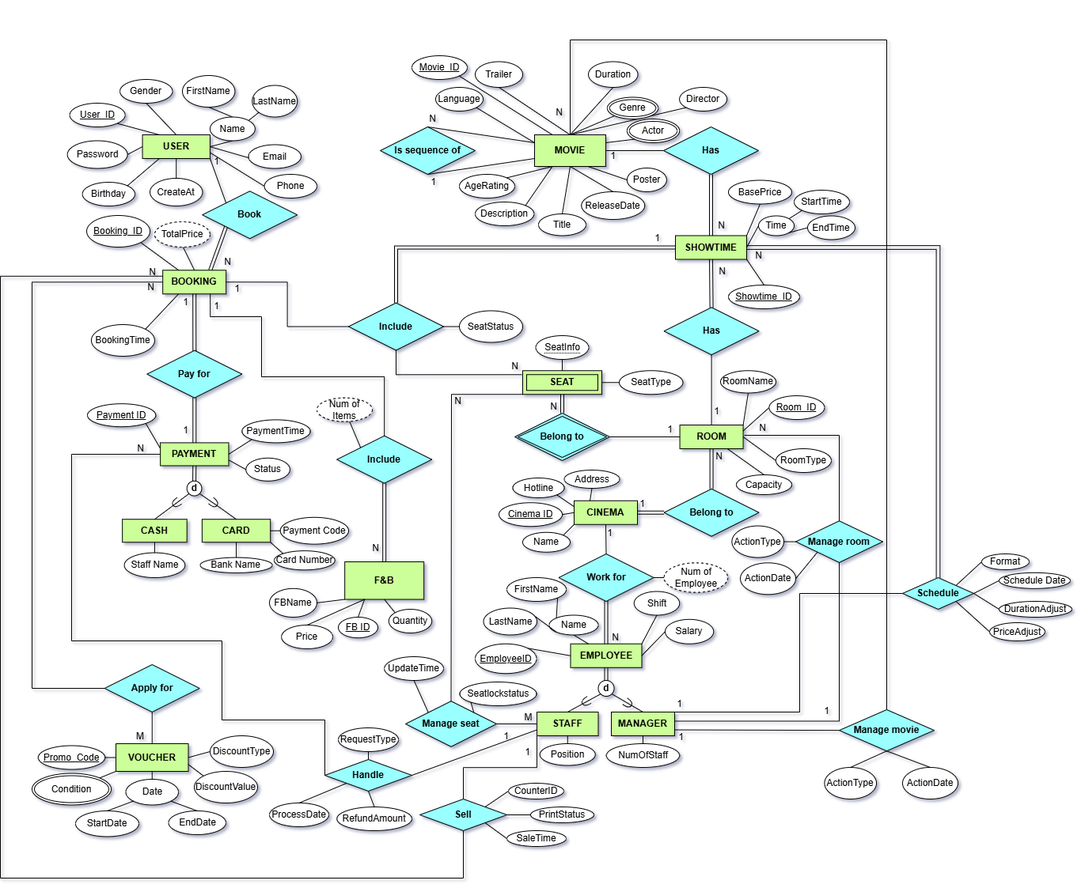
Earlier version of the draw.io export Images/EERD.png (phuvi301/Database). Source tidied: cells renumbered, new cells last; positions are measured from the earlier drawing's top-left corner, leaving out a move shared by most shapes.
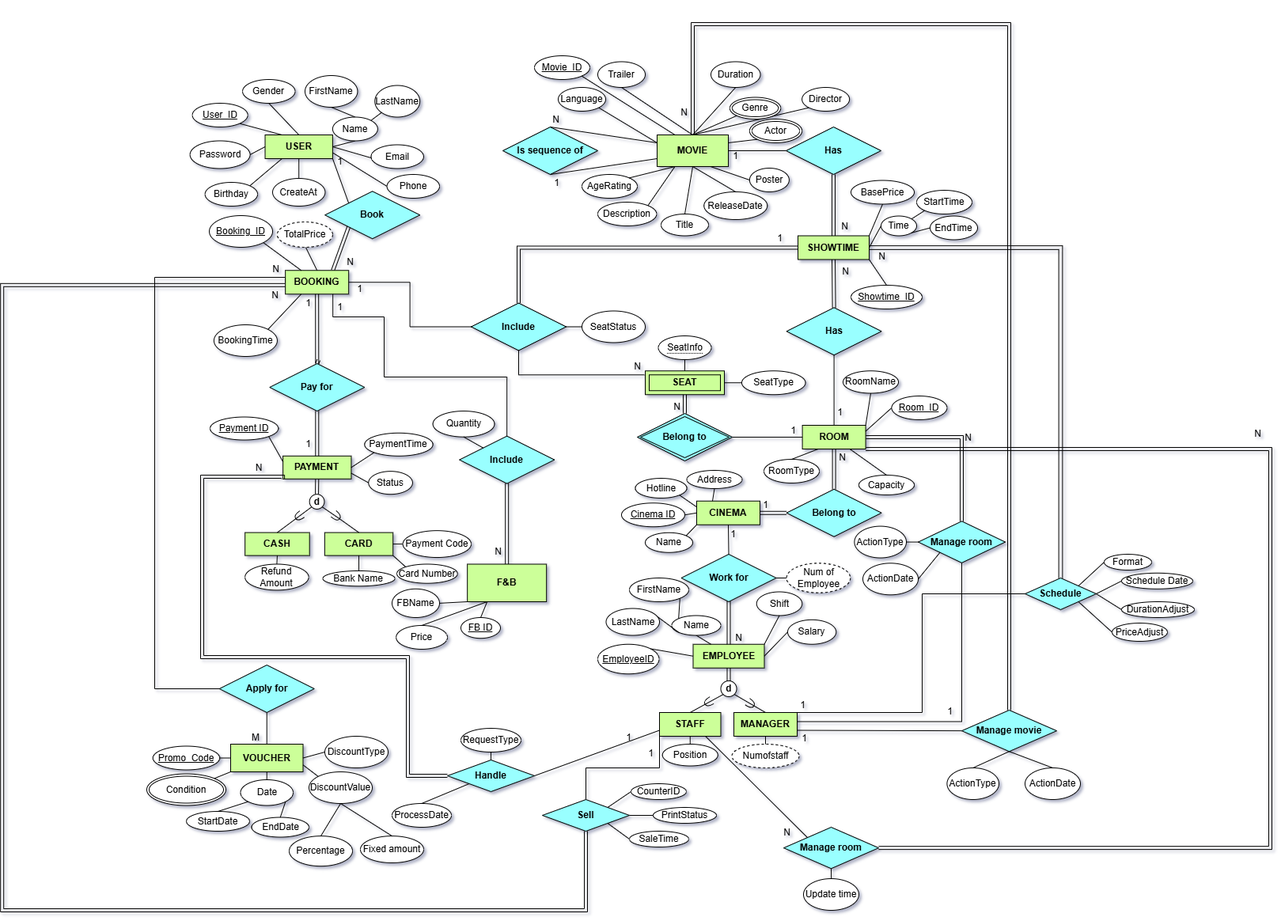
The same diagram one commit later.

What changed in the source:
```diff
@@ -5,3 +5,3 @@
     <mxCell id="2" style="group;fillColor=none;" parent="1" vertex="1">
-      <mxGeometry x="90" y="810" width="360" height="160" as="geometry" />
+      <mxGeometry x="80" y="810" width="360" height="240" as="geometry" />
     </mxCell>
@@ -29,6 +29,6 @@
     <mxCell id="10" value="EndDate" style="ellipse;whiteSpace=wrap;html=1;align=center;fillColor=light-dark(#FFFFFF,transparent);" parent="2" vertex="1">
-      <mxGeometry x="122.5" y="215" width="72.5" height="30" as="geometry" />
+      <mxGeometry x="82.5" y="222.5" width="72.5" height="25" as="geometry" />
     </mxCell>
     <mxCell id="11" value="StartDate" style="ellipse;whiteSpace=wrap;html=1;align=center;fillColor=light-dark(#FFFFFF,transparent);" parent="2" vertex="1">
-      <mxGeometry x="5" y="215" width="80" height="32.5" as="geometry" />
+      <mxGeometry y="215" width="80" height="25" as="geometry" />
     </mxCell>
@@ -67,3 +67,3 @@
     <mxCell id="22" style="group;" parent="1" vertex="1">
-      <mxGeometry x="580" y="4" width="580" height="1006" as="geometry" />
+      <mxGeometry x="580" y="4" width="580" height="1026" as="geometry" />
     </mxCell>
@@ -197,3 +197,3 @@
     <mxCell id="64" style="group;" parent="22" vertex="1">
-      <mxGeometry x="47" y="414.2" width="533" height="591.8" as="geometry" />
+      <mxGeometry x="47" y="414.2" width="533" height="611.8" as="geometry" />
     </mxCell>
@@ -256,5 +256,5 @@
     <mxCell id="83" value="RoomType" style="ellipse;whiteSpace=wrap;html=1;align=center;" parent="80" vertex="1">
-      <mxGeometry x="200" y="30" width="70" height="30" as="geometry" />
+      <mxGeometry x="30" y="43" width="70" height="30" as="geometry" />
     </mxCell>
-    <mxCell id="84" style="rounded=0;jettySize=auto;html=1;exitX=1;exitY=0.5;exitDx=0;exitDy=0;entryX=0;entryY=0.5;entryDx=0;entryDy=0;endArrow=none;endFill=0;" parent="80" edge="1" source="82" target="83">
+    <mxCell id="84" style="rounded=0;jettySize=auto;html=1;exitX=0.25;exitY=1;exitDx=0;exitDy=0;entryX=0.5;entryY=0;entryDx=0;entryDy=0;endArrow=none;endFill=0;" parent="80" edge="1" source="82" target="83">
       <mxGeometry relative="1" as="geometry" />
@@ -301,6 +301,6 @@
     <mxCell id="96" style="group;" parent="64" vertex="1">
-      <mxGeometry y="281.8" width="261.2" height="270" as="geometry" />
+      <mxGeometry y="281.8" width="261.2" height="280" as="geometry" />
     </mxCell>
     <mxCell id="97" style="group;" parent="96" vertex="1">
-      <mxGeometry y="30" width="261.2" height="240" as="geometry" />
+      <mxGeometry y="30" width="261.2" height="250" as="geometry" />
     </mxCell>
@@ -312,5 +312,2 @@
     </mxCell>
-    <mxCell id="100" value="NumOfStaff" style="ellipse;whiteSpace=wrap;html=1;align=center;" parent="97" vertex="1">
-      <mxGeometry x="138.8" y="210" width="92.5" height="30" as="geometry" />
-    </mxCell>
     <mxCell id="101" value="Shift" style="ellipse;whiteSpace=wrap;html=1;align=center;" parent="97" vertex="1">
@@ -365,5 +362,2 @@
     </mxCell>
-    <mxCell id="117" style="endArrow=none;html=1;rounded=0;exitX=0.5;exitY=1;exitDx=0;exitDy=0;entryX=0.5;entryY=0;entryDx=0;entryDy=0;" parent="97" edge="1" source="120" target="100">
-      <mxGeometry relative="1" as="geometry" />
-    </mxCell>
     <mxCell id="118" style="endArrow=none;html=1;rounded=0;exitX=1;exitY=0.5;exitDx=0;exitDy=0;entryX=0;entryY=0.5;entryDx=0;entryDy=0;" parent="97" edge="1" source="98" target="99">
@@ -383,5 +377,2 @@
     </mxCell>
-    <mxCell id="123" value="M" style="text;html=1;align=center;verticalAlign=middle;strokeColor=none;fillColor=none;" parent="97" vertex="1">
-      <mxGeometry x="24.8" y="162" width="30" height="30" as="geometry" />
-    </mxCell>
     <mxCell id="124" value="1" style="html=1;whiteSpace=wrap;align=right;verticalAlign=bottom;" parent="97" vertex="1">
@@ -394,5 +385,8 @@
     </mxCell>
-    <mxCell id="126" value="Seatlockstatus" style="ellipse;whiteSpace=wrap;html=1;align=center;" parent="97" vertex="1">
-      <mxGeometry x="-46.5" y="132" width="97" height="30" as="geometry" />
-    </mxCell>
+    <mxCell id="306" value="Numofstaff" style="ellipse;whiteSpace=wrap;html=1;align=center;dashed=1;" parent="97" vertex="1">
+      <mxGeometry x="142.5" y="210" width="85" height="30" as="geometry" />
+    </mxCell>
+    <mxCell id="117" style="endArrow=none;html=1;rounded=0;exitX=0.5;exitY=1;exitDx=0;exitDy=0;entryX=0.5;entryY=0;entryDx=0;entryDy=0;" parent="97" edge="1" source="120" target="306">
+      <mxGeometry relative="1" as="geometry" />
+    </mxCell>
     <mxCell id="127" value="&lt;b&gt;Work for&lt;/b&gt;" style="shape=rhombus;perimeter=rhombusPerimeter;whiteSpace=wrap;html=1;align=center;fillColor=#99FFFF;" parent="96" vertex="1">
@@ -507,2 +501,10 @@
     </mxCell>
+    <mxCell id="307" style="shape=link;html=1;rounded=0;exitX=0.5;exitY=0;exitDx=0;exitDy=0;entryX=1;entryY=0.5;entryDx=0;entryDy=0;edgeStyle=orthogonalEdgeStyle;" parent="64" edge="1" source="151" target="82">
+      <mxGeometry relative="1" as="geometry" />
+    </mxCell>
+    <mxCell id="308" value="N" style="html=1;whiteSpace=wrap;align=right;verticalAlign=bottom;" parent="307" vertex="1">
+      <mxGeometry x="1" relative="1" as="geometry">
+        <mxPoint x="136" y="9" as="offset" />
+      </mxGeometry>
+    </mxCell>
     <mxCell id="159" style="shape=link;html=1;rounded=0;entryX=0.5;entryY=0;entryDx=0;entryDy=0;exitX=0.5;exitY=1;exitDx=0;exitDy=0;" parent="22" edge="1" source="28" target="134">
@@ -515,6 +517,7 @@
     </mxCell>
-    <mxCell id="161" style="endArrow=none;html=1;rounded=0;exitX=0.5;exitY=0;exitDx=0;exitDy=0;edgeStyle=elbowEdgeStyle;entryX=0.5;entryY=0;entryDx=0;entryDy=0;elbow=vertical;" parent="22" edge="1" source="148" target="46">
+    <mxCell id="161" style="shape=link;html=1;rounded=0;exitX=0.5;exitY=0;exitDx=0;exitDy=0;entryX=0.5;entryY=0;entryDx=0;entryDy=0;edgeStyle=orthogonalEdgeStyle;" parent="22" edge="1" source="148" target="46">
       <mxGeometry relative="1" as="geometry">
         <Array as="points">
-          <mxPoint x="520" y="46" />
+          <mxPoint x="540" y="26" />
+          <mxPoint x="140" y="26" />
         </Array>
@@ -522,28 +525,7 @@
     </mxCell>
-    <mxCell id="162" value="N" style="html=1;whiteSpace=wrap;align=right;verticalAlign=bottom;" parent="161" vertex="1">
-      <mxGeometry x="1" relative="1" as="geometry">
-        <mxPoint x="-7" y="-20" as="offset" />
-      </mxGeometry>
-    </mxCell>
-    <mxCell id="163" value="&lt;b&gt;Manage seat&lt;/b&gt;" style="shape=rhombus;perimeter=rhombusPerimeter;whiteSpace=wrap;html=1;align=center;fillColor=#99FFFF;" parent="22" vertex="1">
-      <mxGeometry x="-68" y="882.2" width="115" height="57.6" as="geometry" />
-    </mxCell>
-    <mxCell id="164" style="endArrow=none;html=1;rounded=0;fontSize=12;startSize=8;endSize=8;curved=1;entryX=0;entryY=0.5;entryDx=0;entryDy=0;exitX=1;exitY=0.5;exitDx=0;exitDy=0;" parent="22" edge="1" source="163" target="119">
-      <mxGeometry relative="1" as="geometry" />
-    </mxCell>
-    <mxCell id="165" style="endArrow=none;html=1;rounded=0;exitX=0.5;exitY=0;exitDx=0;exitDy=0;edgeStyle=elbowEdgeStyle;entryX=0;entryY=1;entryDx=0;entryDy=0;" parent="22" edge="1" source="163" target="133">
-      <mxGeometry relative="1" as="geometry">
-        <Array as="points">
-          <mxPoint x="-10" y="706" />
-        </Array>
-      </mxGeometry>
-    </mxCell>
-    <mxCell id="166" value="N" style="html=1;whiteSpace=wrap;align=right;verticalAlign=bottom;" parent="165" vertex="1">
-      <mxGeometry x="1" relative="1" as="geometry">
-        <mxPoint x="-75" y="17" as="offset" />
-      </mxGeometry>
-    </mxCell>
-    <mxCell id="167" style="endArrow=none;html=1;rounded=0;exitX=1;exitY=0;exitDx=0;exitDy=0;entryX=0;entryY=1;entryDx=0;entryDy=0;" parent="22" edge="1" source="163" target="126">
-      <mxGeometry relative="1" as="geometry" />
-    </mxCell>
+    <mxCell id="309" value="N" style="html=1;whiteSpace=wrap;align=right;verticalAlign=bottom;" parent="161" vertex="1">
+      <mxGeometry x="1" relative="1" as="geometry">
+        <mxPoint x="-5" y="-20" as="offset" />
+      </mxGeometry>
+    </mxCell>
     <mxCell id="168" style="endArrow=none;html=1;rounded=0;exitX=0;exitY=0.5;exitDx=0;exitDy=0;edgeStyle=orthogonalEdgeStyle;entryX=0;entryY=0.5;entryDx=0;entryDy=0;" parent="1" edge="1" source="228" target="19">
@@ -551,3 +533,4 @@
         <Array as="points">
-          <mxPoint x="40" y="356" />
+          <mxPoint x="205" y="350" />
+          <mxPoint x="40" y="350" />
           <mxPoint x="40" y="870" />
@@ -582,3 +565,3 @@
     <mxCell id="175" style="group;" parent="1" vertex="1">
-      <mxGeometry x="67.8" y="442.7" width="427.8" height="287.3" as="geometry" />
+      <mxGeometry x="67.8" y="459" width="467.3" height="301" as="geometry" />
     </mxCell>
@@ -661,16 +644,22 @@
     </mxCell>
-    <mxCell id="201" value="Num of Items" style="ellipse;whiteSpace=wrap;html=1;align=center;dashed=1;" parent="175" vertex="1">
-      <mxGeometry x="332.2" y="60" width="70" height="30" as="geometry" />
-    </mxCell>
-    <mxCell id="202" value="Staff Name" style="ellipse;whiteSpace=wrap;html=1;align=center;" parent="175" vertex="1">
-      <mxGeometry x="88.7" y="255.9" width="76.7" height="31.5" as="geometry" />
-    </mxCell>
-    <mxCell id="203" style="endArrow=none;html=1;rounded=0;entryX=0.5;entryY=1;entryDx=0;entryDy=0;exitX=0.5;exitY=0;exitDx=0;exitDy=0;" parent="175" edge="1" source="202" target="184">
-      <mxGeometry relative="1" as="geometry" />
-    </mxCell>
-    <mxCell id="204" value="N" style="html=1;whiteSpace=wrap;align=right;verticalAlign=bottom;" parent="175" vertex="1">
+    <mxCell id="204" style="html=1;whiteSpace=wrap;align=right;verticalAlign=bottom;" parent="175" vertex="1">
       <mxGeometry x="88.7" y="107.3" as="geometry">
-        <mxPoint x="27" y="26" as="offset" />
+        <mxPoint x="84" y="150" as="offset" />
       </mxGeometry>
     </mxCell>
+    <mxCell id="304" value="Quantity" style="ellipse;whiteSpace=wrap;html=1;align=center;" parent="175" vertex="1">
+      <mxGeometry x="323.8" y="60" width="77.8" height="32.7" as="geometry" />
+    </mxCell>
+    <mxCell id="250" value="&lt;b&gt;F&amp;amp;B&lt;/b&gt;" style="html=1;whiteSpace=wrap;fillColor=#CCFF99;" parent="175" vertex="1">
+      <mxGeometry x="367.3" y="253.5" width="100" height="47.5" as="geometry" />
+    </mxCell>
+    <mxCell id="310" value="N" style="text;html=1;whiteSpace=wrap;strokeColor=none;fillColor=none;align=center;verticalAlign=middle;rounded=0;" parent="175" vertex="1">
+      <mxGeometry x="74.3" y="116.8" width="60" height="30" as="geometry" />
+    </mxCell>
+    <mxCell id="311" value="Refund Amount" style="ellipse;whiteSpace=wrap;html=1;align=center;" parent="175" vertex="1">
+      <mxGeometry x="86.3" y="253.5" width="80.4" height="32.9" as="geometry" />
+    </mxCell>
+    <mxCell id="312" style="endArrow=none;html=1;rounded=0;exitX=0.5;exitY=1;exitDx=0;exitDy=0;entryX=0.5;entryY=0;entryDx=0;entryDy=0;" parent="175" edge="1" source="184" target="311">
+      <mxGeometry relative="1" as="geometry" />
+    </mxCell>
     <mxCell id="205" style="group;" parent="1" vertex="1">
@@ -792,3 +781,3 @@
     <mxCell id="241" value="N" style="html=1;whiteSpace=wrap;align=right;verticalAlign=bottom;" parent="205" vertex="1">
-      <mxGeometry x="117.7" y="276" as="geometry">
+      <mxGeometry x="117.7" y="271.2" as="geometry">
         <mxPoint x="4" y="7" as="offset" />
@@ -798,3 +787,3 @@
       <mxGeometry x="92.9" y="276" as="geometry">
-        <mxPoint x="27" y="26" as="offset" />
+        <mxPoint x="28" y="35" as="offset" />
       </mxGeometry>
@@ -828,5 +817,2 @@
     </mxCell>
-    <mxCell id="250" value="&lt;b&gt;F&amp;amp;B&lt;/b&gt;" style="html=1;whiteSpace=wrap;fillColor=#CCFF99;" parent="1" vertex="1">
-      <mxGeometry x="435.2" y="710" width="100" height="47.5" as="geometry" />
-    </mxCell>
     <mxCell id="251" value="FBName" style="ellipse;whiteSpace=wrap;html=1;align=center;" parent="1" vertex="1">
@@ -867,3 +853,3 @@
     </mxCell>
-    <mxCell id="260" style="endArrow=none;html=1;rounded=0;exitX=0;exitY=0;exitDx=0;exitDy=0;" parent="1" edge="1" source="252" target="201">
+    <mxCell id="260" style="endArrow=none;html=1;rounded=0;exitX=0;exitY=0;exitDx=0;exitDy=0;entryX=0.5;entryY=1;entryDx=0;entryDy=0;" parent="1" edge="1" source="252" target="304">
       <mxGeometry relative="1" as="geometry" />
@@ -940,15 +926,2 @@
     </mxCell>
-    <mxCell id="280" style="endArrow=none;html=1;rounded=0;exitX=0.5;exitY=0;exitDx=0;exitDy=0;edgeStyle=elbowEdgeStyle;" parent="1" edge="1" source="151">
-      <mxGeometry relative="1" as="geometry">
-        <mxPoint x="940" y="550" as="targetPoint" />
-        <Array as="points">
-          <mxPoint x="1060" y="650" />
-        </Array>
-      </mxGeometry>
-    </mxCell>
-    <mxCell id="281" value="N" style="html=1;whiteSpace=wrap;align=right;verticalAlign=bottom;" parent="280" vertex="1">
-      <mxGeometry x="1" relative="1" as="geometry">
-        <mxPoint x="30" as="offset" />
-      </mxGeometry>
-    </mxCell>
     <mxCell id="282" value="&lt;b&gt;Sell&lt;/b&gt;" style="shape=rhombus;perimeter=rhombusPerimeter;whiteSpace=wrap;html=1;align=center;fillColor=#99FFFF;" parent="1" vertex="1">
@@ -956,11 +929,2 @@
     </mxCell>
-    <mxCell id="283" style="endArrow=none;html=1;rounded=0;fontSize=12;startSize=8;endSize=8;entryX=0.5;entryY=1;entryDx=0;entryDy=0;edgeStyle=orthogonalEdgeStyle;curved=0;exitX=0;exitY=0.25;exitDx=0;exitDy=0;" parent="1" edge="1" source="228" target="282">
-      <mxGeometry relative="1" as="geometry">
-        <Array as="points">
-          <mxPoint y="349" />
-          <mxPoint y="1110" />
-          <mxPoint x="585" y="1110" />
-        </Array>
-      </mxGeometry>
-    </mxCell>
     <mxCell id="284" value="BookingTime" style="ellipse;whiteSpace=wrap;html=1;align=center;" parent="1" vertex="1">
@@ -995,13 +959,2 @@
     </mxCell>
-    <mxCell id="294" style="endArrow=none;html=1;rounded=0;fontSize=12;startSize=8;endSize=8;entryX=0;entryY=0.5;entryDx=0;entryDy=0;edgeStyle=orthogonalEdgeStyle;exitX=0;exitY=0.5;exitDx=0;exitDy=0;" parent="1" edge="1" source="179" target="292">
-      <mxGeometry relative="1" as="geometry">
-        <Array as="points">
-          <mxPoint x="90" y="574" />
-          <mxPoint x="90" y="810" />
-          <mxPoint x="280" y="810" />
-          <mxPoint x="280" y="910" />
-          <mxPoint x="410" y="910" />
-        </Array>
-      </mxGeometry>
-    </mxCell>
     <mxCell id="295" value="N" style="text;html=1;align=center;verticalAlign=middle;strokeColor=none;fillColor=none;" parent="1" vertex="1">
@@ -1015,8 +968,2 @@
     </mxCell>
-    <mxCell id="298" value="RefundAmount" style="ellipse;whiteSpace=wrap;html=1;align=center;" parent="1" vertex="1">
-      <mxGeometry x="425.2" y="1020" width="94.8" height="30" as="geometry" />
-    </mxCell>
-    <mxCell id="299" style="endArrow=none;html=1;rounded=0;fontSize=12;startSize=8;endSize=8;curved=1;entryX=0.5;entryY=1;entryDx=0;entryDy=0;exitX=0.5;exitY=0;exitDx=0;exitDy=0;" parent="1" edge="1" source="298" target="292">
-      <mxGeometry relative="1" as="geometry" />
-    </mxCell>
     <mxCell id="300" style="endArrow=none;html=1;rounded=0;fontSize=12;startSize=8;endSize=8;curved=1;entryX=0;entryY=1;entryDx=0;entryDy=0;exitX=0.5;exitY=0;exitDx=0;exitDy=0;" parent="1" edge="1" source="301" target="292">
@@ -1027,14 +974,63 @@
     </mxCell>
-    <mxCell id="302" style="endArrow=none;html=1;rounded=0;exitX=0.5;exitY=1;exitDx=0;exitDy=0;entryX=0;entryY=0;entryDx=0;entryDy=0;" parent="1" edge="1" source="303" target="163">
-      <mxGeometry relative="1" as="geometry" />
-    </mxCell>
-    <mxCell id="303" value="UpdateTime" style="ellipse;whiteSpace=wrap;html=1;align=center;" parent="1" vertex="1">
-      <mxGeometry x="485.2" y="830" width="74.8" height="30" as="geometry" />
-    </mxCell>
-    <mxCell id="304" value="Quantity" style="ellipse;whiteSpace=wrap;html=1;align=center;" parent="1" vertex="1">
-      <mxGeometry x="490.8" y="770" width="54.4" height="30" as="geometry" />
-    </mxCell>
-    <mxCell id="305" style="rounded=0;jettySize=auto;html=1;entryX=0.5;entryY=1;entryDx=0;entryDy=0;endArrow=none;endFill=0;exitX=0;exitY=0;exitDx=0;exitDy=0;" parent="1" edge="1" source="304" target="250">
-      <mxGeometry relative="1" as="geometry" />
-    </mxCell>
+    <mxCell id="313" value="&lt;b&gt;Manage room&lt;/b&gt;" style="shape=rhombus;perimeter=rhombusPerimeter;whiteSpace=wrap;html=1;align=center;fillColor=#99FFFF;" parent="1" vertex="1">
+      <mxGeometry x="835" y="1045" width="120" height="52.2" as="geometry" />
+    </mxCell>
+    <mxCell id="314" value="Update time" style="ellipse;whiteSpace=wrap;html=1;align=center;" parent="1" vertex="1">
+      <mxGeometry x="860" y="1110" width="70" height="40" as="geometry" />
+    </mxCell>
+    <mxCell id="315" style="endArrow=none;html=1;rounded=0;exitX=0.5;exitY=1;exitDx=0;exitDy=0;entryX=0.5;entryY=0;entryDx=0;entryDy=0;" parent="1" edge="1" source="313" target="314">
+      <mxGeometry relative="1" as="geometry" />
+    </mxCell>
+    <mxCell id="316" style="endArrow=none;html=1;rounded=0;exitX=0;exitY=0;exitDx=0;exitDy=0;entryX=0.75;entryY=1;entryDx=0;entryDy=0;" parent="1" edge="1" source="313" target="119">
+      <mxGeometry relative="1" as="geometry" />
+    </mxCell>
+    <mxCell id="317" value="N" style="html=1;whiteSpace=wrap;align=right;verticalAlign=bottom;" parent="316" vertex="1">
+      <mxGeometry x="1" relative="1" as="geometry">
+        <mxPoint x="109" y="130" as="offset" />
+      </mxGeometry>
+    </mxCell>
+    <mxCell id="318" value="Percentage" style="ellipse;whiteSpace=wrap;html=1;align=center;" parent="1" vertex="1">
+      <mxGeometry x="210" y="1056.1" width="80" height="38.1" as="geometry" />
+    </mxCell>
+    <mxCell id="319" value="Fixed amount" style="ellipse;whiteSpace=wrap;html=1;align=center;" parent="1" vertex="1">
+      <mxGeometry x="300" y="1056.1" width="80" height="33.9" as="geometry" />
+    </mxCell>
+    <mxCell id="320" style="endArrow=none;html=1;rounded=0;exitX=0.5;exitY=1;exitDx=0;exitDy=0;entryX=0.5;entryY=0;entryDx=0;entryDy=0;" parent="1" edge="1" source="7" target="318">
+      <mxGeometry relative="1" as="geometry" />
+    </mxCell>
+    <mxCell id="321" style="endArrow=none;html=1;rounded=0;exitX=0.5;exitY=1;exitDx=0;exitDy=0;entryX=0.5;entryY=0;entryDx=0;entryDy=0;" parent="1" edge="1" source="7" target="319">
+      <mxGeometry relative="1" as="geometry" />
+    </mxCell>
+    <mxCell id="322" style="shape=link;html=1;rounded=0;exitX=0;exitY=0.5;exitDx=0;exitDy=0;entryX=0;entryY=1;entryDx=0;entryDy=0;edgeStyle=orthogonalEdgeStyle;" parent="1" edge="1" source="292" target="179">
+      <mxGeometry relative="1" as="geometry">
+        <Array as="points">
+          <mxPoint x="360" y="980" />
+          <mxPoint x="360" y="830" />
+          <mxPoint x="100" y="830" />
+          <mxPoint x="100" y="602" />
+        </Array>
+      </mxGeometry>
+    </mxCell>
+    <mxCell id="323" style="shape=link;html=1;rounded=0;exitX=1;exitY=0.5;exitDx=0;exitDy=0;entryX=1;entryY=1;entryDx=0;entryDy=0;edgeStyle=orthogonalEdgeStyle;" parent="1" edge="1" source="313" target="82">
+      <mxGeometry relative="1" as="geometry">
+        <Array as="points">
+          <mxPoint x="1450" y="1071" />
+          <mxPoint x="1450" y="567" />
+        </Array>
+      </mxGeometry>
+    </mxCell>
+    <mxCell id="324" value="N" style="html=1;whiteSpace=wrap;align=right;verticalAlign=bottom;" parent="323" vertex="1">
+      <mxGeometry x="1" relative="1" as="geometry">
+        <mxPoint x="502" y="-11" as="offset" />
+      </mxGeometry>
+    </mxCell>
+    <mxCell id="325" style="shape=link;html=1;rounded=0;exitX=0.5;exitY=1;exitDx=0;exitDy=0;entryX=-0.003;entryY=0.619;entryDx=0;entryDy=0;edgeStyle=orthogonalEdgeStyle;entryPerimeter=0;" parent="1" edge="1" source="282" target="228">
+      <mxGeometry relative="1" as="geometry">
+        <Array as="points">
+          <mxPoint x="585.2" y="1150" />
+          <mxPoint x="-152.8" y="1150" />
+          <mxPoint x="-152.8" y="360" />
+        </Array>
+      </mxGeometry>
+    </mxCell>
   </root>
```
